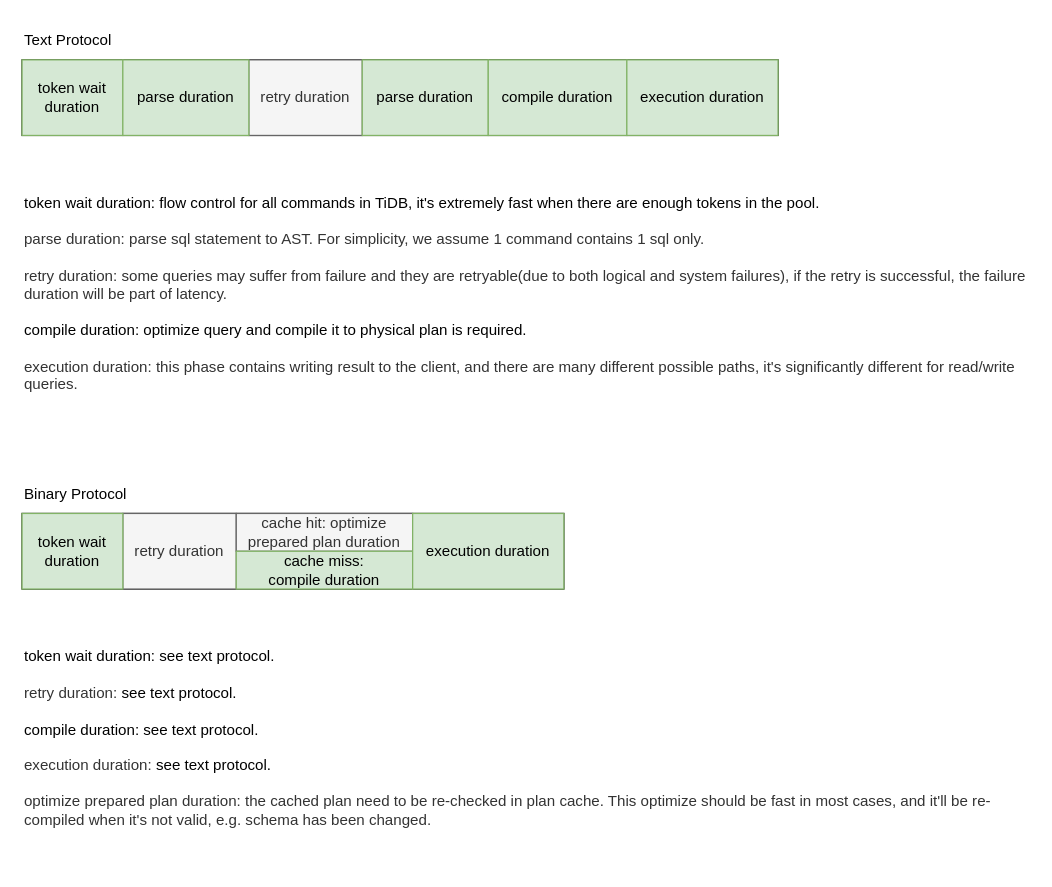
Earlier version of the draw.io diagram src/tidb.drawio (you06/performance-map). Source tidied: cells renumbered, new cells numbered last; positions are measured from the earlier drawing's top-left corner, leaving out a move shared by most shapes. Both pictures are drawn from the tidied source at 126%, with x=0, y=0 at pixel (21, 21).
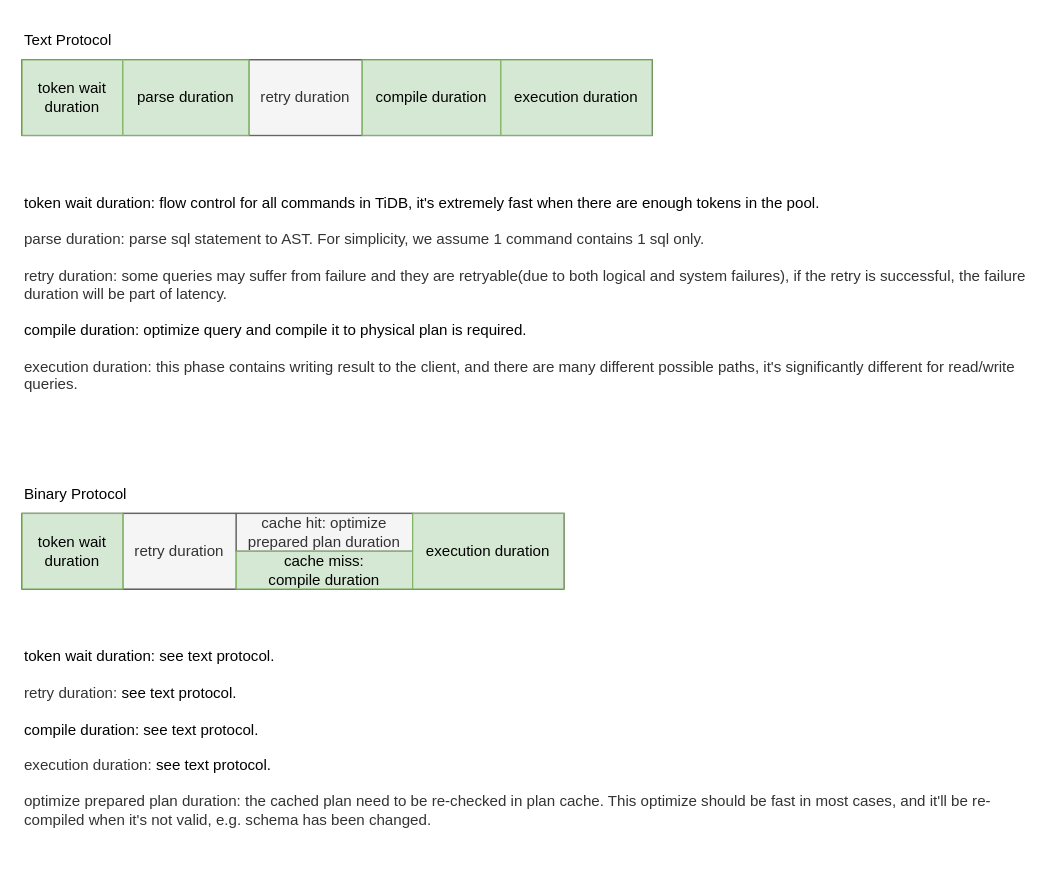
The same page after the edit.

Diff of the diagram source:
```diff
@@
 <mxGraphModel>
   <root>
     <mxCell id="0" />
     <mxCell id="1" parent="0" />
     <mxCell id="2" style="rounded=0;whiteSpace=wrap;html=1;" parent="1" vertex="1">
-      <mxGeometry y="30" width="600" height="60" as="geometry" />
+      <mxGeometry y="30" width="500" height="60" as="geometry" />
     </mxCell>
     <mxCell id="3" value="token wait duration" style="rounded=0;whiteSpace=wrap;html=1;fillColor=#d5e8d4;strokeColor=#82b366;" parent="1" vertex="1">
       <mxGeometry y="30" width="80" height="60" as="geometry" />
     </mxCell>
     <mxCell id="4" value="&lt;span style=&quot;text-align: center;&quot;&gt;token wait duration: flow control for all commands in TiDB, it's extremely fast when there are enough tokens in the pool.&lt;br&gt;&lt;/span&gt;&lt;span style=&quot;color: rgb(51, 51, 51);&quot;&gt;&lt;br&gt;parse duration: parse sql statement to AST. For simplicity, we assume 1 command contains 1 sql only.&lt;br&gt;&lt;br&gt;retry duration: some queries may suffer from failure and they are retryable(due to both logical and system failures), if the retry is successful, the failure duration will be part of latency.&lt;br&gt;&lt;br&gt;&lt;/span&gt;&lt;span style=&quot;text-align: center;&quot;&gt;compile duration: optimize query and compile it to physical plan is required.&lt;br&gt;&lt;/span&gt;&lt;span style=&quot;color: rgb(51, 51, 51);&quot;&gt;&lt;br&gt;execution duration: this phase contains writing result to the client, and there are many different possible paths, it's significantly different for read/write queries.&lt;br&gt;&lt;/span&gt;" style="text;html=1;strokeColor=none;fillColor=none;align=left;verticalAlign=top;whiteSpace=wrap;rounded=0;" parent="1" vertex="1">
       <mxGeometry y="130" width="800" height="180" as="geometry" />
     </mxCell>
     <mxCell id="5" style="rounded=0;whiteSpace=wrap;html=1;" parent="1" vertex="1">
       <mxGeometry y="390" width="430" height="60" as="geometry" />
     </mxCell>
     <mxCell id="6" value="Binary Protocol" style="text;html=1;strokeColor=none;fillColor=none;align=left;verticalAlign=middle;whiteSpace=wrap;rounded=0;" parent="1" vertex="1">
       <mxGeometry y="360" width="190" height="30" as="geometry" />
     </mxCell>
     <mxCell id="7" value="Text Protocol" style="text;html=1;strokeColor=none;fillColor=none;align=left;verticalAlign=middle;whiteSpace=wrap;rounded=0;" parent="1" vertex="1">
       <mxGeometry width="190" height="30" as="geometry" />
     </mxCell>
     <mxCell id="8" value="retry duration" style="rounded=0;whiteSpace=wrap;html=1;fillColor=#f5f5f5;fontColor=#333333;strokeColor=#666666;" parent="1" vertex="1">
       <mxGeometry x="180" y="30" width="90" height="60" as="geometry" />
     </mxCell>
-    <mxCell id="9" value="parse duration" style="rounded=0;whiteSpace=wrap;html=1;fillColor=#d5e8d4;strokeColor=#82b366;" parent="1" vertex="1">
-      <mxGeometry x="270" y="30" width="100" height="60" as="geometry" />
-    </mxCell>
     <mxCell id="10" value="parse duration" style="rounded=0;whiteSpace=wrap;html=1;fillColor=#d5e8d4;strokeColor=#82b366;" parent="1" vertex="1">
       <mxGeometry x="80" y="30" width="100" height="60" as="geometry" />
     </mxCell>
     <mxCell id="11" value="compile duration" style="rounded=0;whiteSpace=wrap;html=1;fillColor=#d5e8d4;strokeColor=#82b366;" parent="1" vertex="1">
-      <mxGeometry x="370" y="30" width="110" height="60" as="geometry" />
+      <mxGeometry x="270" y="30" width="110" height="60" as="geometry" />
     </mxCell>
     <mxCell id="12" value="execution duration" style="rounded=0;whiteSpace=wrap;html=1;fillColor=#d5e8d4;strokeColor=#82b366;" parent="1" vertex="1">
-      <mxGeometry x="480" y="30" width="120" height="60" as="geometry" />
+      <mxGeometry x="380" y="30" width="120" height="60" as="geometry" />
     </mxCell>
     <mxCell id="13" value="retry duration" style="rounded=0;whiteSpace=wrap;html=1;fillColor=#f5f5f5;fontColor=#333333;strokeColor=#666666;" parent="1" vertex="1">
       <mxGeometry x="80" y="390" width="90" height="60" as="geometry" />
     </mxCell>
     <mxCell id="14" value="token wait duration" style="rounded=0;whiteSpace=wrap;html=1;fillColor=#d5e8d4;strokeColor=#82b366;" parent="1" vertex="1">
       <mxGeometry y="390" width="80" height="60" as="geometry" />
     </mxCell>
     <mxCell id="15" value="cache hit: optimize prepared plan duration" style="rounded=0;whiteSpace=wrap;html=1;fillColor=#f5f5f5;fontColor=#333333;strokeColor=#666666;" parent="1" vertex="1">
       <mxGeometry x="170" y="390" width="140" height="30" as="geometry" />
     </mxCell>
     <mxCell id="16" value="cache miss:&lt;br&gt;compile duration" style="rounded=0;whiteSpace=wrap;html=1;fillColor=#d5e8d4;strokeColor=#82b366;" parent="1" vertex="1">
       <mxGeometry x="170" y="420" width="140" height="30" as="geometry" />
     </mxCell>
     <mxCell id="17" value="execution duration" style="rounded=0;whiteSpace=wrap;html=1;fillColor=#d5e8d4;strokeColor=#82b366;" parent="1" vertex="1">
       <mxGeometry x="310" y="390" width="120" height="60" as="geometry" />
     </mxCell>
     <mxCell id="18" value="&lt;span style=&quot;text-align: center;&quot;&gt;token wait duration: see text protocol.&lt;/span&gt;&lt;span style=&quot;color: rgb(51, 51, 51);&quot;&gt;&lt;br&gt;&lt;br&gt;retry duration:&amp;nbsp;&lt;/span&gt;&lt;span style=&quot;text-align: center;&quot;&gt;see text protocol.&lt;/span&gt;&lt;span style=&quot;color: rgb(51, 51, 51);&quot;&gt;&lt;br&gt;&lt;br&gt;&lt;/span&gt;&lt;span style=&quot;text-align: center;&quot;&gt;compile duration:&amp;nbsp;&lt;/span&gt;&lt;span style=&quot;text-align: center;&quot;&gt;see text protocol.&lt;/span&gt;&lt;span style=&quot;text-align: center;&quot;&gt;&lt;br&gt;&lt;/span&gt;&lt;span style=&quot;color: rgb(51, 51, 51);&quot;&gt;&lt;br&gt;execution duration:&amp;nbsp;&lt;/span&gt;&lt;span style=&quot;text-align: center;&quot;&gt;see text protocol.&lt;br&gt;&lt;/span&gt;&lt;span style=&quot;color: rgb(51, 51, 51);&quot;&gt;&lt;br&gt;&lt;/span&gt;&lt;span style=&quot;color: rgb(51, 51, 51); text-align: center;&quot;&gt;optimize prepared plan duration: the cached plan need to be re-checked in plan cache. This optimize should be fast in most cases, and it'll be re-compiled when it's not valid, e.g. schema has been changed.&lt;/span&gt;&lt;span style=&quot;color: rgb(51, 51, 51);&quot;&gt;&lt;br&gt;&lt;/span&gt;" style="text;html=1;strokeColor=none;fillColor=none;align=left;verticalAlign=top;whiteSpace=wrap;rounded=0;" parent="1" vertex="1">
       <mxGeometry y="490" width="800" height="180" as="geometry" />
     </mxCell>
   </root>
 </mxGraphModel>
```
